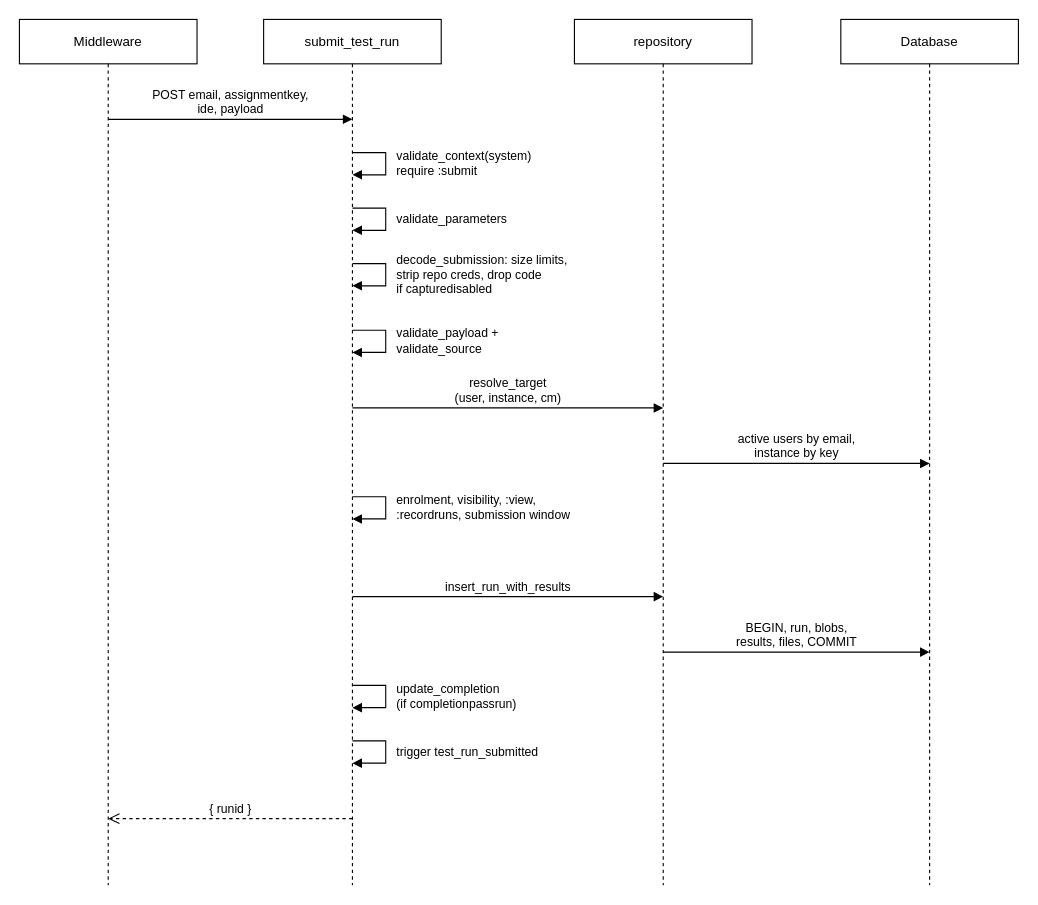
The draw.io diagram page "4 Submission sequence" (4 of 8) of docs/architecture.drawio in maanusroosioks/moodleplugin, before the edit. Source tidied: cells renumbered, new cells numbered last; positions are measured from the earlier drawing's top-left corner, leaving out a move shared by most shapes. Both pictures are drawn from the tidied source at 111%, with x=0, y=0 at pixel (19, 19).
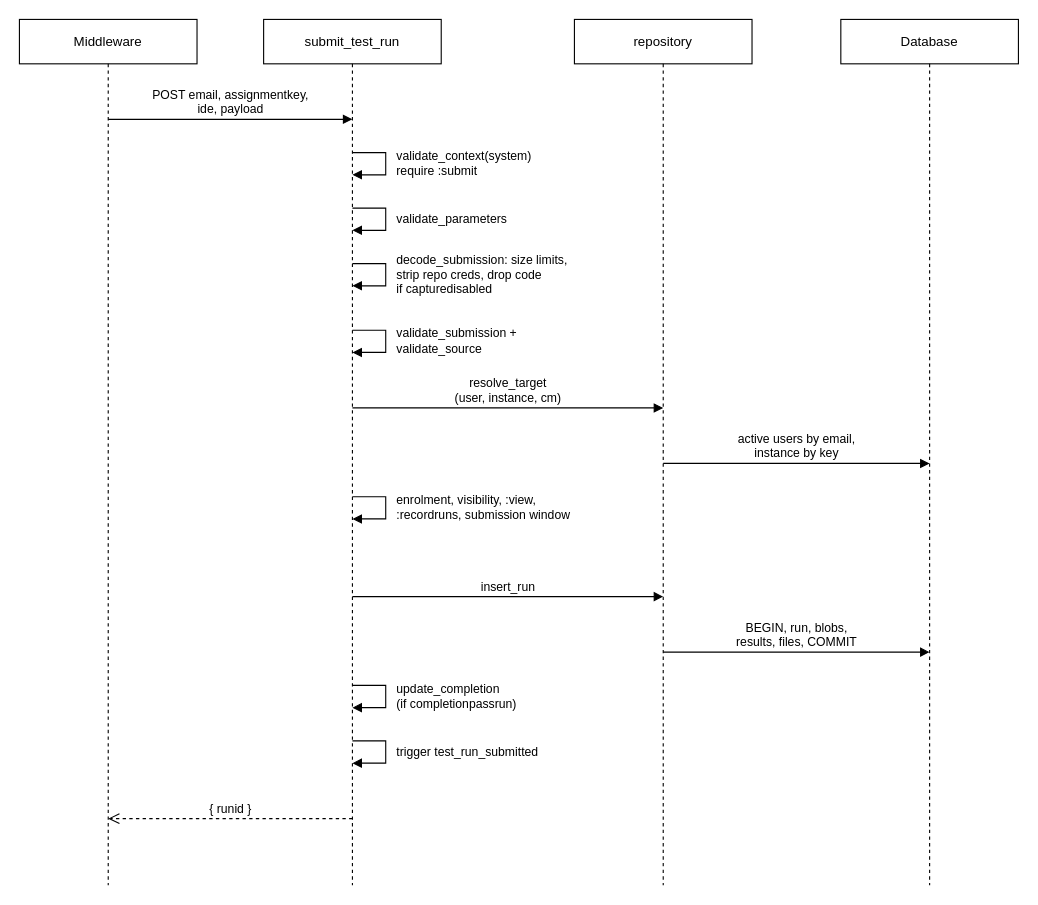
The same diagram, later.

The edit, as a diff of the source:
```diff
@@
-    <mxCell id="14" value="validate_payload +&lt;br&gt;validate_source" style="text;html=1;align=left;verticalAlign=middle;whiteSpace=wrap;fontSize=11;" parent="1" vertex="1">
+    <mxCell id="14" value="validate_submission +&lt;br&gt;validate_source" style="text;html=1;align=left;verticalAlign=middle;whiteSpace=wrap;fontSize=11;" parent="1" vertex="1">
       <mxGeometry x="338" y="272" width="210" height="36" as="geometry" />
     </mxCell>
@@
-    <mxCell id="19" value="insert_run_with_results" style="html=1;verticalAlign=bottom;endArrow=block;endFill=1;rounded=0;fontSize=11;labelBackgroundColor=default;" parent="1" edge="1">
+    <mxCell id="19" value="insert_run" style="html=1;verticalAlign=bottom;endArrow=block;endFill=1;rounded=0;fontSize=11;labelBackgroundColor=default;" parent="1" edge="1">
       <mxGeometry relative="1" as="geometry">
         <mxPoint x="300" y="520" as="sourcePoint" />
         <mxPoint x="580" y="520" as="targetPoint" />
       </mxGeometry>
     </mxCell>
```
